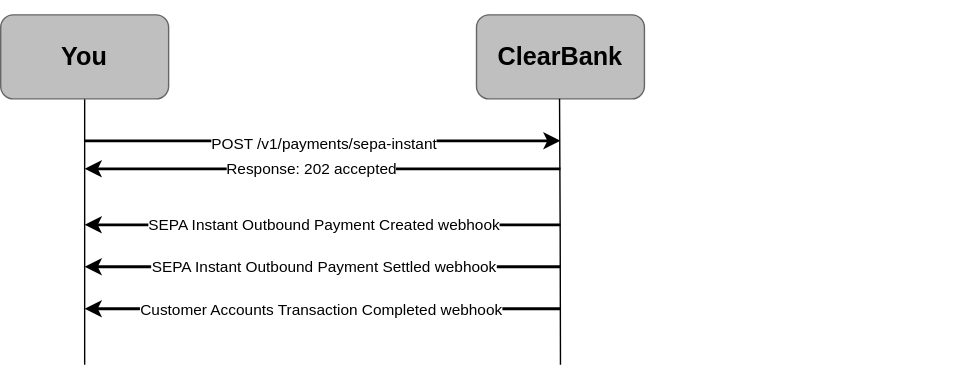
The draw.io diagram static/assets/images/sct-inst-send-payment.svg in clearbank/clearbank.github.io, before a commit. Source tidied: cells renumbered, new cells last; positions are measured from the earlier drawing's top-left corner, leaving out a move shared by most shapes.
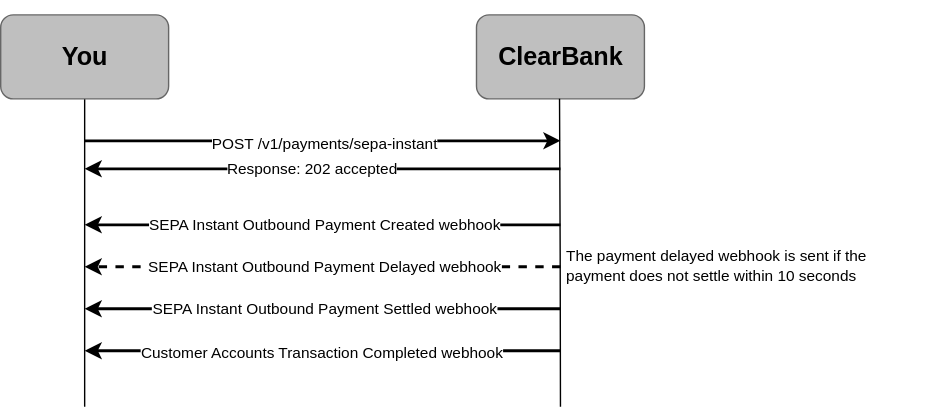
Later version of the same file.

Commit message:
New SEPA Instant Outbound Payment Delayed webhook

What changed in the source:
```diff
@@ -2,83 +2,97 @@
   <root>
     <mxCell id="0" />
     <mxCell id="1" parent="0" />
-    <mxCell id="2" value="ClearBank" style="rounded=1;whiteSpace=wrap;html=1;strokeColor=#666666;fillColor=#BFBFBF;gradientColor=none;fontFamily=Arial;fontStyle=1;fontSize=18;" parent="1" vertex="1">
+    <mxCell id="2" value="ClearBank" style="rounded=1;whiteSpace=wrap;html=1;strokeColor=#666666;fillColor=#BFBFBF;gradientColor=none;fontFamily=Arial;fontStyle=1;fontSize=18;fontColor=#000000;" parent="1" vertex="1">
       <mxGeometry x="340" y="10" width="120" height="60" as="geometry" />
     </mxCell>
-    <mxCell id="3" style="endArrow=classic;html=1;rounded=0;strokeWidth=2;fontFamily=Arial;" parent="1" edge="1">
+    <mxCell id="3" style="endArrow=classic;html=1;rounded=0;strokeWidth=2;fontFamily=Arial;strokeColor=#000000;" parent="1" edge="1">
       <mxGeometry relative="1" as="geometry">
-        <mxPoint x="400" y="190" as="sourcePoint" />
-        <mxPoint x="60" y="190" as="targetPoint" />
+        <mxPoint x="400" y="220" as="sourcePoint" />
+        <mxPoint x="60" y="220" as="targetPoint" />
       </mxGeometry>
     </mxCell>
-    <mxCell id="4" value="&lt;div&gt;SEPA Instant Outbound Payment Settled webhook&lt;/div&gt;" style="edgeLabel;html=1;align=center;verticalAlign=middle;fontFamily=Arial;" parent="3" vertex="1">
+    <mxCell id="4" value="&lt;div&gt;SEPA Instant Outbound Payment Settled webhook&lt;/div&gt;" style="edgeLabel;html=1;align=center;verticalAlign=middle;fontFamily=Arial;fontColor=#000000;labelBackgroundColor=#FFFFFF;" parent="3" vertex="1">
       <mxGeometry x="0.09" y="-1" relative="1" as="geometry">
         <mxPoint x="15" as="offset" />
       </mxGeometry>
     </mxCell>
-    <mxCell id="5" style="edgeStyle=orthogonalEdgeStyle;rounded=0;orthogonalLoop=1;jettySize=auto;html=1;endArrow=none;endFill=0;fontFamily=Arial;" parent="1" edge="1">
+    <mxCell id="5" style="edgeStyle=orthogonalEdgeStyle;rounded=0;orthogonalLoop=1;jettySize=auto;html=1;endArrow=none;endFill=0;fontFamily=Arial;strokeColor=#000000;" parent="1" edge="1">
       <mxGeometry relative="1" as="geometry">
         <mxPoint x="399.3" y="70" as="sourcePoint" />
-        <mxPoint x="400" y="260" as="targetPoint" />
+        <mxPoint x="400" y="290" as="targetPoint" />
       </mxGeometry>
     </mxCell>
-    <mxCell id="6" style="edgeStyle=orthogonalEdgeStyle;rounded=0;jettySize=auto;html=1;endArrow=none;endFill=0;fontFamily=Arial;" parent="1" edge="1" source="7">
+    <mxCell id="6" style="edgeStyle=orthogonalEdgeStyle;rounded=0;jettySize=auto;html=1;endArrow=none;endFill=0;fontFamily=Arial;strokeColor=#000000;" parent="1" edge="1" source="7">
       <mxGeometry relative="1" as="geometry">
-        <mxPoint x="60" y="260" as="targetPoint" />
+        <mxPoint x="60" y="290" as="targetPoint" />
       </mxGeometry>
     </mxCell>
-    <mxCell id="7" value="You" style="rounded=1;whiteSpace=wrap;html=1;strokeColor=#666666;fillColor=#BFBFBF;gradientColor=none;fontFamily=Arial;fontStyle=1;fontSize=18;" parent="1" vertex="1">
+    <mxCell id="7" value="You" style="rounded=1;whiteSpace=wrap;html=1;strokeColor=#666666;fillColor=#BFBFBF;gradientColor=none;fontFamily=Arial;fontStyle=1;fontSize=18;fontColor=#000000;" parent="1" vertex="1">
       <mxGeometry y="10" width="120" height="60" as="geometry" />
     </mxCell>
-    <mxCell id="8" style="rounded=1;whiteSpace=wrap;html=1;fillColor=none;strokeColor=none;" parent="1" vertex="1">
-      <mxGeometry x="470" y="130" width="220" height="60" as="geometry" />
+    <mxCell id="8" style="rounded=1;whiteSpace=wrap;html=1;fillColor=#FFFFFF;strokeColor=none;" parent="1" vertex="1">
+      <mxGeometry x="440" y="80" width="220" height="60" as="geometry" />
     </mxCell>
     <mxCell id="9" style="rounded=0;whiteSpace=wrap;html=1;strokeColor=none;fillColor=none;fontFamily=Arial;" parent="1" vertex="1">
       <mxGeometry x="100" width="120" height="10" as="geometry" />
     </mxCell>
-    <mxCell id="10" style="endArrow=classic;html=1;rounded=0;strokeWidth=2;fontFamily=Arial;" parent="1" edge="1">
+    <mxCell id="10" style="endArrow=classic;html=1;rounded=0;strokeWidth=2;fontFamily=Arial;strokeColor=#000000;" parent="1" edge="1">
       <mxGeometry relative="1" as="geometry">
-        <mxPoint x="400" y="220" as="sourcePoint" />
-        <mxPoint x="60" y="220" as="targetPoint" />
+        <mxPoint x="400" y="250" as="sourcePoint" />
+        <mxPoint x="60" y="250" as="targetPoint" />
       </mxGeometry>
     </mxCell>
-    <mxCell id="11" value="Customer Accounts Transaction Completed webhook" style="edgeLabel;html=1;align=center;verticalAlign=middle;fontFamily=Arial;" parent="10" vertex="1">
+    <mxCell id="11" value="Customer Accounts Transaction Completed webhook" style="edgeLabel;html=1;align=center;verticalAlign=middle;fontFamily=Arial;fontColor=#000000;labelBackgroundColor=#FFFFFF;" parent="10" vertex="1">
       <mxGeometry x="0.09" y="-1" relative="1" as="geometry">
         <mxPoint x="13" y="1" as="offset" />
       </mxGeometry>
     </mxCell>
-    <mxCell id="12" style="endArrow=classic;html=1;rounded=0;strokeWidth=2;fontFamily=Arial;" parent="1" edge="1">
+    <mxCell id="12" style="endArrow=classic;html=1;rounded=0;strokeWidth=2;fontFamily=Arial;strokeColor=#000000;" parent="1" edge="1">
       <mxGeometry relative="1" as="geometry">
         <mxPoint x="60" y="100" as="sourcePoint" />
         <mxPoint x="400" y="100" as="targetPoint" />
       </mxGeometry>
     </mxCell>
-    <mxCell id="13" value="POST /v1/payments/sepa-instant" style="edgeLabel;html=1;align=center;verticalAlign=middle;fontFamily=Arial;" parent="12" vertex="1">
+    <mxCell id="13" value="POST /v1/payments/sepa-instant" style="edgeLabel;html=1;align=center;verticalAlign=middle;fontFamily=Arial;fontColor=#000000;labelBackgroundColor=#FFFFFF;" parent="12" vertex="1">
       <mxGeometry x="0.09" y="-1" relative="1" as="geometry">
         <mxPoint x="-15" as="offset" />
       </mxGeometry>
     </mxCell>
-    <mxCell id="14" style="endArrow=classic;html=1;rounded=0;strokeWidth=2;fontFamily=Arial;" parent="1" edge="1">
+    <mxCell id="14" style="endArrow=classic;html=1;rounded=0;strokeWidth=2;fontFamily=Arial;strokeColor=#000000;" parent="1" edge="1">
       <mxGeometry relative="1" as="geometry">
         <mxPoint x="400" y="120" as="sourcePoint" />
         <mxPoint x="60" y="120" as="targetPoint" />
       </mxGeometry>
     </mxCell>
-    <mxCell id="15" value="Response: 202 accepted" style="edgeLabel;html=1;align=center;verticalAlign=middle;fontFamily=Arial;" parent="14" vertex="1">
+    <mxCell id="15" value="Response: 202 accepted" style="edgeLabel;html=1;align=center;verticalAlign=middle;fontFamily=Arial;fontColor=#000000;labelBackgroundColor=#FFFFFF;" parent="14" vertex="1">
       <mxGeometry x="0.09" y="-1" relative="1" as="geometry">
         <mxPoint x="6" as="offset" />
       </mxGeometry>
     </mxCell>
-    <mxCell id="16" style="endArrow=classic;html=1;rounded=0;strokeWidth=2;fontFamily=Arial;" parent="1" edge="1">
+    <mxCell id="16" style="endArrow=classic;html=1;rounded=0;strokeWidth=2;fontFamily=Arial;strokeColor=#000000;" parent="1" edge="1">
       <mxGeometry relative="1" as="geometry">
         <mxPoint x="400" y="160" as="sourcePoint" />
         <mxPoint x="60" y="160" as="targetPoint" />
       </mxGeometry>
     </mxCell>
-    <mxCell id="17" value="&lt;div&gt;SEPA Instant Outbound Payment Created webhook&lt;/div&gt;" style="edgeLabel;html=1;align=center;verticalAlign=middle;fontFamily=Arial;" parent="16" vertex="1">
+    <mxCell id="17" value="&lt;div&gt;SEPA Instant Outbound Payment Created webhook&lt;/div&gt;" style="edgeLabel;html=1;align=center;verticalAlign=middle;fontFamily=Arial;fontColor=#000000;labelBackgroundColor=#FFFFFF;" parent="16" vertex="1">
       <mxGeometry x="0.09" y="-1" relative="1" as="geometry">
         <mxPoint x="15" as="offset" />
       </mxGeometry>
     </mxCell>
+    <mxCell id="18" style="endArrow=classic;html=1;rounded=0;strokeWidth=2;fontFamily=Arial;dashed=1;strokeColor=#000000;" parent="1" edge="1">
+      <mxGeometry relative="1" as="geometry">
+        <mxPoint x="400" y="190" as="sourcePoint" />
+        <mxPoint x="60" y="190" as="targetPoint" />
+      </mxGeometry>
+    </mxCell>
+    <mxCell id="19" value="&lt;div&gt;SEPA Instant Outbound Payment Delayed webhook&lt;/div&gt;" style="edgeLabel;html=1;align=center;verticalAlign=middle;fontFamily=Arial;fontColor=#000000;labelBackgroundColor=#FFFFFF;" parent="18" vertex="1">
+      <mxGeometry x="0.09" y="-1" relative="1" as="geometry">
+        <mxPoint x="15" as="offset" />
+      </mxGeometry>
+    </mxCell>
+    <mxCell id="20" value="The payment delayed webhook is sent if the payment does not settle within 10 seconds" style="text;html=1;align=left;verticalAlign=middle;whiteSpace=wrap;rounded=0;fontFamily=Arial;fontSize=11;fontColor=#000000;labelBackgroundColor=#FFFFFF;" parent="1" vertex="1">
+      <mxGeometry x="402" y="174" width="220" height="30" as="geometry" />
+    </mxCell>
   </root>
 </mxGraphModel>
```
